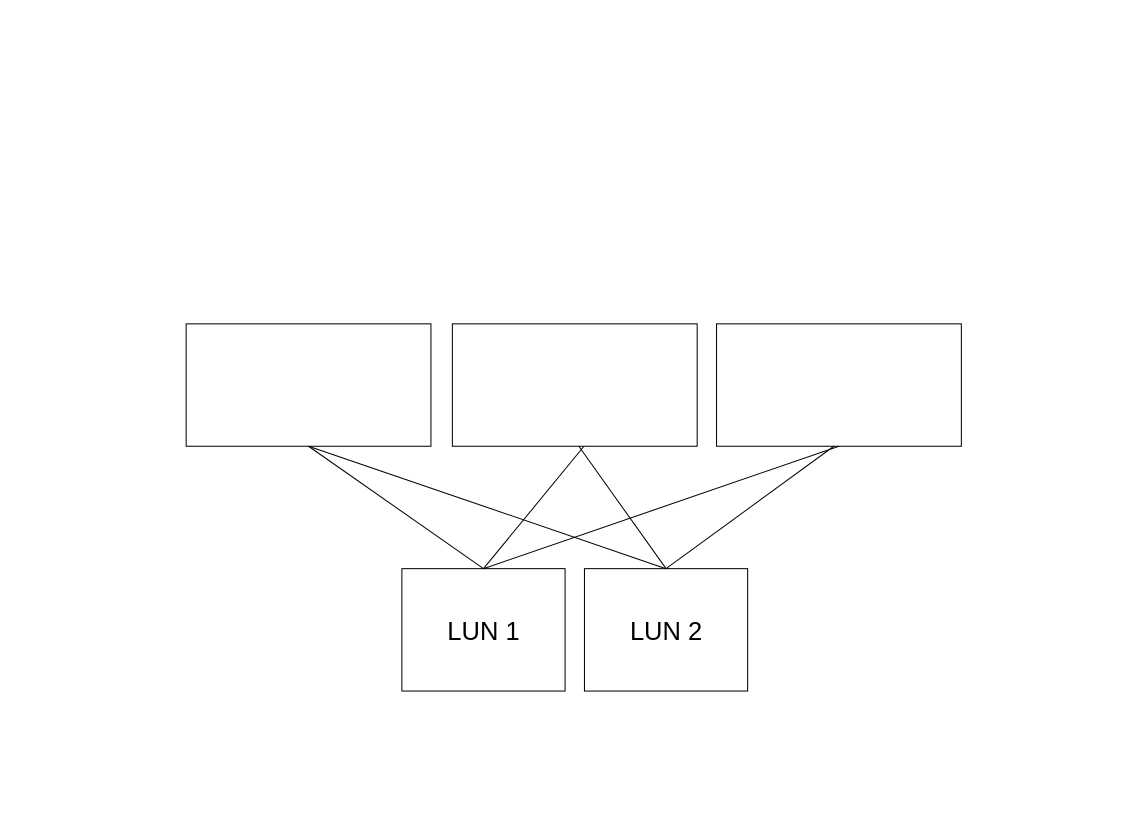
yokikim/Report-resource-linux keeps this draw.io diagram as multipath-iscsi.drawio. Above is the earlier version. Source tidied: cells renumbered, new cells numbered last; positions are measured from the earlier drawing's top-left corner, leaving out a move shared by most shapes. Both pictures are drawn from the tidied source at 102%, with x=0, y=0 at pixel (186, 323). Pictures stored in the file or linked from it are replaced by grey dashed boxes.
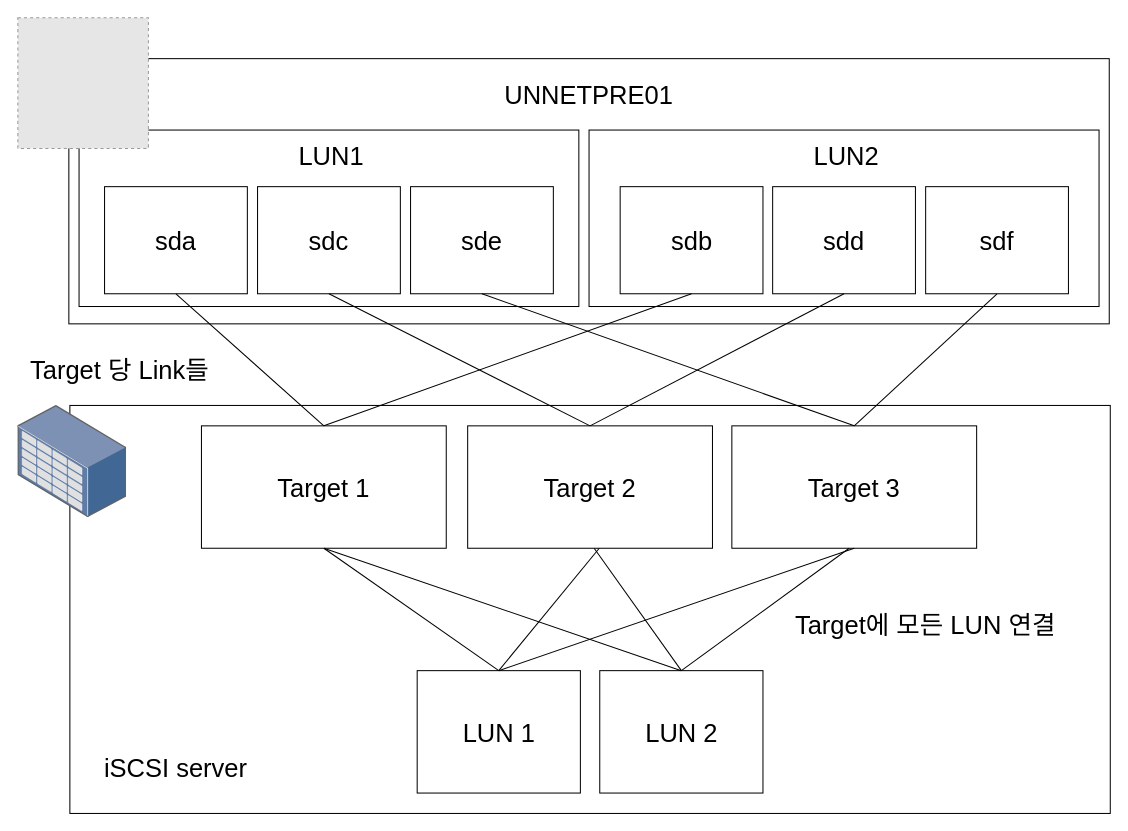
The same page after the edit.

Change to the diagram source:
```diff
@@
+    <mxCell id="13" style="group;" parent="1" vertex="1">
+      <mxGeometry x="-165" y="-260" width="1071" height="740" as="geometry" />
+    </mxCell>
+    <mxCell id="14" style="rounded=0;whiteSpace=wrap;html=1;fontSize=25;" parent="13" vertex="1">
+      <mxGeometry x="51" y="340" width="1020" height="400" as="geometry" />
+    </mxCell>
+    <mxCell id="15" style="rounded=0;whiteSpace=wrap;html=1;fontSize=25;" parent="13" vertex="1">
+      <mxGeometry x="50" width="1020" height="260" as="geometry" />
+    </mxCell>
-    <mxCell id="2" style="rounded=0;whiteSpace=wrap;html=1;" parent="1" vertex="1">
-      <mxGeometry width="240" height="120" as="geometry" />
+    <mxCell id="2" value="&lt;font style=&quot;font-size: 25px;&quot;&gt;Target 1&lt;/font&gt;" style="rounded=0;whiteSpace=wrap;html=1;" parent="13" vertex="1">
+      <mxGeometry x="180" y="360" width="240" height="120" as="geometry" />
     </mxCell>
-    <mxCell id="3" style="rounded=0;whiteSpace=wrap;html=1;" parent="1" vertex="1">
-      <mxGeometry x="261" width="240" height="120" as="geometry" />
+    <mxCell id="3" value="&lt;font style=&quot;font-size: 25px;&quot;&gt;Target 2&lt;/font&gt;" style="rounded=0;whiteSpace=wrap;html=1;" parent="13" vertex="1">
+      <mxGeometry x="441" y="360" width="240" height="120" as="geometry" />
     </mxCell>
-    <mxCell id="4" style="rounded=0;whiteSpace=wrap;html=1;" parent="1" vertex="1">
-      <mxGeometry x="520" width="240" height="120" as="geometry" />
+    <mxCell id="4" value="&lt;font style=&quot;font-size: 25px;&quot;&gt;Target 3&lt;/font&gt;" style="rounded=0;whiteSpace=wrap;html=1;" parent="13" vertex="1">
+      <mxGeometry x="700" y="360" width="240" height="120" as="geometry" />
     </mxCell>
-    <mxCell id="5" value="&lt;font style=&quot;font-size: 25px;&quot;&gt;LUN 1&lt;/font&gt;" style="rounded=0;whiteSpace=wrap;html=1;" parent="1" vertex="1">
-      <mxGeometry x="211.5" y="240" width="160" height="120" as="geometry" />
+    <mxCell id="5" value="&lt;font style=&quot;font-size: 25px;&quot;&gt;LUN 1&lt;/font&gt;" style="rounded=0;whiteSpace=wrap;html=1;" parent="13" vertex="1">
+      <mxGeometry x="391.5" y="600" width="160" height="120" as="geometry" />
     </mxCell>
-    <mxCell id="6" value="&lt;font style=&quot;font-size: 25px;&quot;&gt;LUN 2&lt;/font&gt;" style="rounded=0;whiteSpace=wrap;html=1;" parent="1" vertex="1">
-      <mxGeometry x="390.5" y="240" width="160" height="120" as="geometry" />
+    <mxCell id="6" value="&lt;font style=&quot;font-size: 25px;&quot;&gt;LUN 2&lt;/font&gt;" style="rounded=0;whiteSpace=wrap;html=1;" parent="13" vertex="1">
+      <mxGeometry x="570.5" y="600" width="160" height="120" as="geometry" />
     </mxCell>
-    <mxCell id="7" style="endArrow=none;html=1;rounded=0;entryX=0.5;entryY=1;entryDx=0;entryDy=0;exitX=0.5;exitY=0;exitDx=0;exitDy=0;" parent="1" edge="1" source="5" target="2">
+    <mxCell id="7" style="endArrow=none;html=1;rounded=0;entryX=0.5;entryY=1;entryDx=0;entryDy=0;exitX=0.5;exitY=0;exitDx=0;exitDy=0;" parent="13" edge="1" source="5" target="2">
       <mxGeometry relative="1" as="geometry" />
     </mxCell>
-    <mxCell id="8" style="endArrow=none;html=1;rounded=0;exitX=0.5;exitY=0;exitDx=0;exitDy=0;" parent="1" edge="1" source="5">
+    <mxCell id="8" style="endArrow=none;html=1;rounded=0;exitX=0.5;exitY=0;exitDx=0;exitDy=0;" parent="13" edge="1" source="5">
       <mxGeometry relative="1" as="geometry">
-        <mxPoint x="390" y="120" as="targetPoint" />
+        <mxPoint x="570" y="480" as="targetPoint" />
       </mxGeometry>
     </mxCell>
-    <mxCell id="9" style="endArrow=none;html=1;rounded=0;exitX=0.5;exitY=0;exitDx=0;exitDy=0;entryX=0.5;entryY=1;entryDx=0;entryDy=0;" parent="1" edge="1" source="5" target="4">
+    <mxCell id="9" style="endArrow=none;html=1;rounded=0;exitX=0.5;exitY=0;exitDx=0;exitDy=0;entryX=0.5;entryY=1;entryDx=0;entryDy=0;" parent="13" edge="1" source="5" target="4">
       <mxGeometry relative="1" as="geometry" />
     </mxCell>
-    <mxCell id="10" style="endArrow=none;html=1;rounded=0;entryX=0.5;entryY=0;entryDx=0;entryDy=0;exitX=0.5;exitY=1;exitDx=0;exitDy=0;" parent="1" edge="1" source="2" target="6">
+    <mxCell id="10" style="endArrow=none;html=1;rounded=0;entryX=0.5;entryY=0;entryDx=0;entryDy=0;exitX=0.5;exitY=1;exitDx=0;exitDy=0;" parent="13" edge="1" source="2" target="6">
       <mxGeometry relative="1" as="geometry" />
     </mxCell>
-    <mxCell id="11" style="endArrow=none;html=1;rounded=0;exitX=0.5;exitY=0;exitDx=0;exitDy=0;" parent="1" edge="1" source="6">
+    <mxCell id="11" style="endArrow=none;html=1;rounded=0;exitX=0.5;exitY=0;exitDx=0;exitDy=0;" parent="13" edge="1" source="6">
       <mxGeometry relative="1" as="geometry">
-        <mxPoint x="385" y="120" as="targetPoint" />
+        <mxPoint x="565" y="480" as="targetPoint" />
       </mxGeometry>
     </mxCell>
-    <mxCell id="12" style="endArrow=none;html=1;rounded=0;exitX=0.5;exitY=0;exitDx=0;exitDy=0;" parent="1" edge="1" source="6">
+    <mxCell id="12" style="endArrow=none;html=1;rounded=0;exitX=0.5;exitY=0;exitDx=0;exitDy=0;" parent="13" edge="1" source="6">
       <mxGeometry relative="1" as="geometry">
-        <mxPoint x="635" y="120" as="targetPoint" />
+        <mxPoint x="815" y="480" as="targetPoint" />
       </mxGeometry>
     </mxCell>
+    <mxCell id="16" style="rounded=0;whiteSpace=wrap;html=1;fontSize=25;" parent="13" vertex="1">
+      <mxGeometry x="60" y="70" width="490" height="173" as="geometry" />
+    </mxCell>
+    <mxCell id="17" style="rounded=0;whiteSpace=wrap;html=1;fontSize=25;" parent="13" vertex="1">
+      <mxGeometry x="560" y="70" width="500" height="173" as="geometry" />
+    </mxCell>
+    <mxCell id="18" value="&lt;font style=&quot;font-size: 25px;&quot;&gt;sdc&lt;/font&gt;" style="rounded=0;whiteSpace=wrap;html=1;" parent="13" vertex="1">
+      <mxGeometry x="235" y="125.5" width="140" height="105" as="geometry" />
+    </mxCell>
+    <mxCell id="19" value="&lt;font style=&quot;font-size: 25px;&quot;&gt;sde&lt;/font&gt;" style="rounded=0;whiteSpace=wrap;html=1;" parent="13" vertex="1">
+      <mxGeometry x="385" y="125.5" width="140" height="105" as="geometry" />
+    </mxCell>
+    <mxCell id="20" value="&lt;font style=&quot;font-size: 25px;&quot;&gt;sdb&lt;/font&gt;" style="rounded=0;whiteSpace=wrap;html=1;" parent="13" vertex="1">
+      <mxGeometry x="590.5" y="125.5" width="140" height="105" as="geometry" />
+    </mxCell>
+    <mxCell id="21" value="&lt;font style=&quot;font-size: 25px;&quot;&gt;sdd&lt;/font&gt;" style="rounded=0;whiteSpace=wrap;html=1;" parent="13" vertex="1">
+      <mxGeometry x="740" y="125.5" width="140" height="105" as="geometry" />
+    </mxCell>
+    <mxCell id="22" value="&lt;font style=&quot;font-size: 25px;&quot;&gt;sda&lt;/font&gt;" style="rounded=0;whiteSpace=wrap;html=1;" parent="13" vertex="1">
+      <mxGeometry x="85" y="125.5" width="140" height="105" as="geometry" />
+    </mxCell>
+    <mxCell id="23" value="&lt;font style=&quot;font-size: 25px;&quot;&gt;sdf&lt;/font&gt;" style="rounded=0;whiteSpace=wrap;html=1;" parent="13" vertex="1">
+      <mxGeometry x="890" y="125.5" width="140" height="105" as="geometry" />
+    </mxCell>
+    <mxCell id="24" style="endArrow=none;html=1;rounded=0;fontSize=25;exitX=0.5;exitY=0;exitDx=0;exitDy=0;entryX=0.5;entryY=1;entryDx=0;entryDy=0;" parent="13" edge="1" source="2" target="22">
+      <mxGeometry relative="1" as="geometry" />
+    </mxCell>
+    <mxCell id="25" style="endArrow=none;html=1;rounded=0;fontSize=25;entryX=0.5;entryY=1;entryDx=0;entryDy=0;" parent="13" edge="1" target="20">
+      <mxGeometry relative="1" as="geometry">
+        <mxPoint x="300" y="360" as="sourcePoint" />
+      </mxGeometry>
+    </mxCell>
+    <mxCell id="26" value="iSCSI server" style="text;html=1;strokeColor=none;fillColor=none;align=center;verticalAlign=middle;whiteSpace=wrap;rounded=0;fontSize=25;" parent="13" vertex="1">
+      <mxGeometry x="60" y="660" width="190" height="70" as="geometry" />
+    </mxCell>
+    <mxCell id="27" value="Target 당 Link들" style="text;html=1;strokeColor=none;fillColor=none;align=center;verticalAlign=middle;whiteSpace=wrap;rounded=0;fontSize=25;" parent="13" vertex="1">
+      <mxGeometry y="290" width="200" height="30" as="geometry" />
+    </mxCell>
+    <mxCell id="28" style="endArrow=none;html=1;rounded=0;fontSize=25;exitX=0.5;exitY=0;exitDx=0;exitDy=0;entryX=0.5;entryY=1;entryDx=0;entryDy=0;" parent="13" edge="1" source="3" target="18">
+      <mxGeometry relative="1" as="geometry" />
+    </mxCell>
+    <mxCell id="29" value="LUN1" style="text;html=1;strokeColor=none;fillColor=none;align=center;verticalAlign=middle;whiteSpace=wrap;rounded=0;fontSize=25;" parent="13" vertex="1">
+      <mxGeometry x="229.5" y="80" width="155" height="30" as="geometry" />
+    </mxCell>
+    <mxCell id="30" value="LUN2" style="text;html=1;strokeColor=none;fillColor=none;align=center;verticalAlign=middle;whiteSpace=wrap;rounded=0;fontSize=25;" parent="13" vertex="1">
+      <mxGeometry x="735" y="80" width="155" height="30" as="geometry" />
+    </mxCell>
+    <mxCell id="31" style="endArrow=none;html=1;rounded=0;fontSize=25;entryX=0.5;entryY=0;entryDx=0;entryDy=0;exitX=0.5;exitY=1;exitDx=0;exitDy=0;" parent="13" edge="1" source="21" target="3">
+      <mxGeometry relative="1" as="geometry" />
+    </mxCell>
+    <mxCell id="32" style="endArrow=none;html=1;rounded=0;fontSize=25;entryX=0.5;entryY=0;entryDx=0;entryDy=0;exitX=0.5;exitY=1;exitDx=0;exitDy=0;" parent="13" edge="1" source="19" target="4">
+      <mxGeometry relative="1" as="geometry" />
+    </mxCell>
+    <mxCell id="33" style="endArrow=none;html=1;rounded=0;fontSize=25;exitX=0.5;exitY=0;exitDx=0;exitDy=0;entryX=0.5;entryY=1;entryDx=0;entryDy=0;" parent="13" edge="1" source="4" target="23">
+      <mxGeometry relative="1" as="geometry" />
+    </mxCell>
+    <mxCell id="34" value="Target에 모든 LUN 연결" style="text;html=1;strokeColor=none;fillColor=none;align=center;verticalAlign=middle;whiteSpace=wrap;rounded=0;fontSize=25;" parent="13" vertex="1">
+      <mxGeometry x="750" y="530" width="280" height="50" as="geometry" />
+    </mxCell>
+    <mxCell id="35" value="UNNETPRE01" style="text;html=1;strokeColor=none;fillColor=none;align=center;verticalAlign=middle;whiteSpace=wrap;rounded=0;fontSize=25;" parent="13" vertex="1">
+      <mxGeometry x="460" y="20" width="200" height="30" as="geometry" />
+    </mxCell>
+    <mxCell id="36" style="html=1;align=center;shadow=0;dashed=0;image;image=img/lib/allied_telesis/storage/Datacenter_Server_Storage_Unit_Large.svg;fontSize=25;" parent="13" vertex="1">
+      <mxGeometry y="340" width="106.7" height="110" as="geometry" />
+    </mxCell>
+    <mxCell id="37" style="fillColor=#E6E6E6;strokeColor=#999999;dashed=1;html=1;verticalAlign=top;verticalLabelPosition=bottom;labelBackgroundColor=#ffffff;fontSize=25;" parent="1" vertex="1">
+      <mxGeometry x="-165" y="-300" width="128" height="128" as="geometry" />
+    </mxCell>
```
